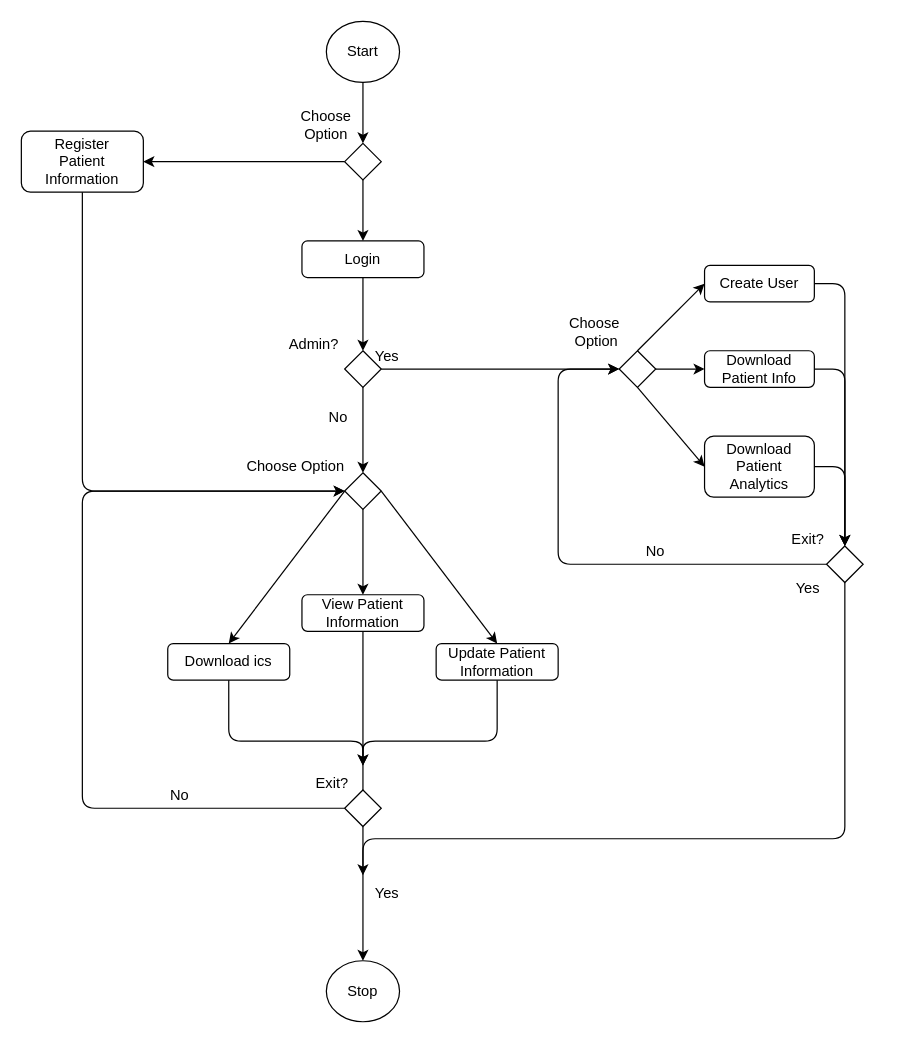
Before: LifePrognosis-ActivityDiagrams.drawio in JonahKayizzi/life-prognosis-gahinga6, a draw.io diagram. Source tidied: cells renumbered, new cells numbered last; positions are measured from the earlier drawing's top-left corner, leaving out a move shared by most shapes. Both pictures are drawn from the tidied source at 122%, with x=0, y=0 at pixel (21, 21).
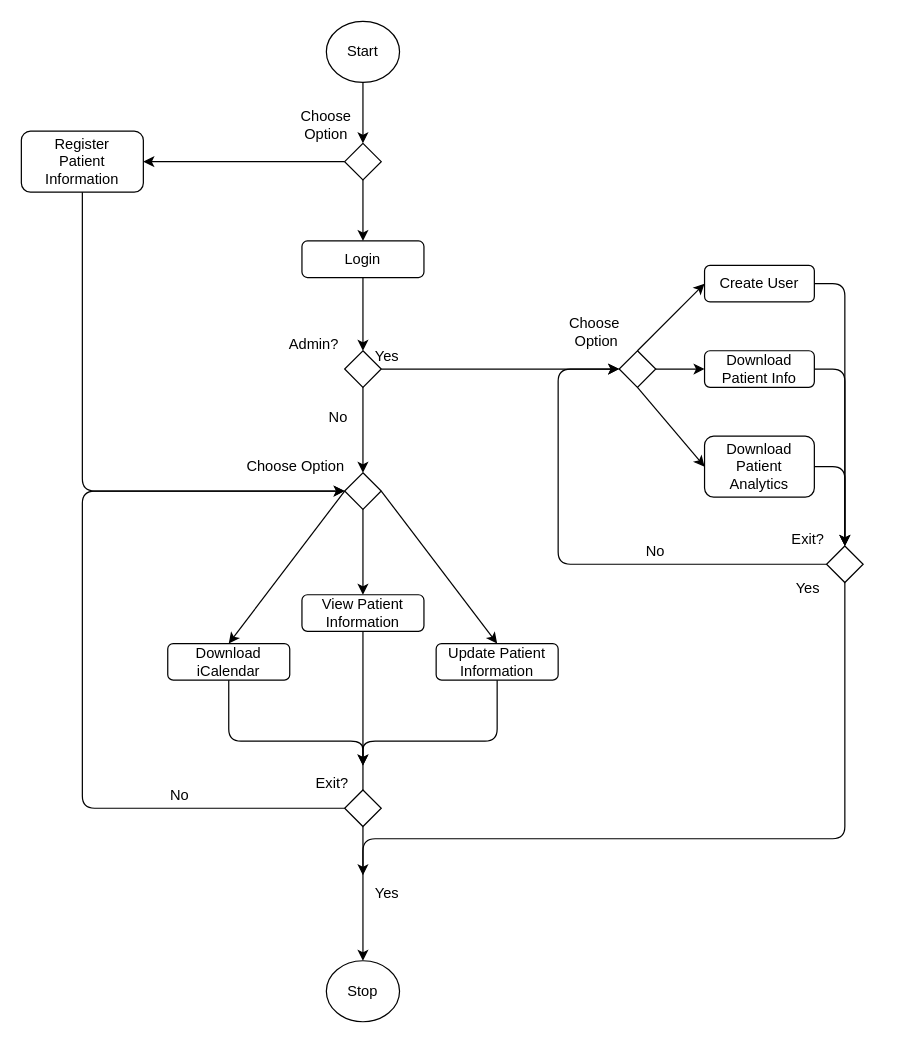
The same diagram, later.

Commit message:
Update task for downloading calendar

Change to the diagram source:
```diff
@@
-    <mxCell id="23" value="Download ics" style="rounded=1;whiteSpace=wrap;html=1;" parent="1" vertex="1">
+    <mxCell id="23" value="Download iCalendar" style="rounded=1;whiteSpace=wrap;html=1;" parent="1" vertex="1">
       <mxGeometry x="120" y="510" width="100" height="30" as="geometry" />
     </mxCell>
```
